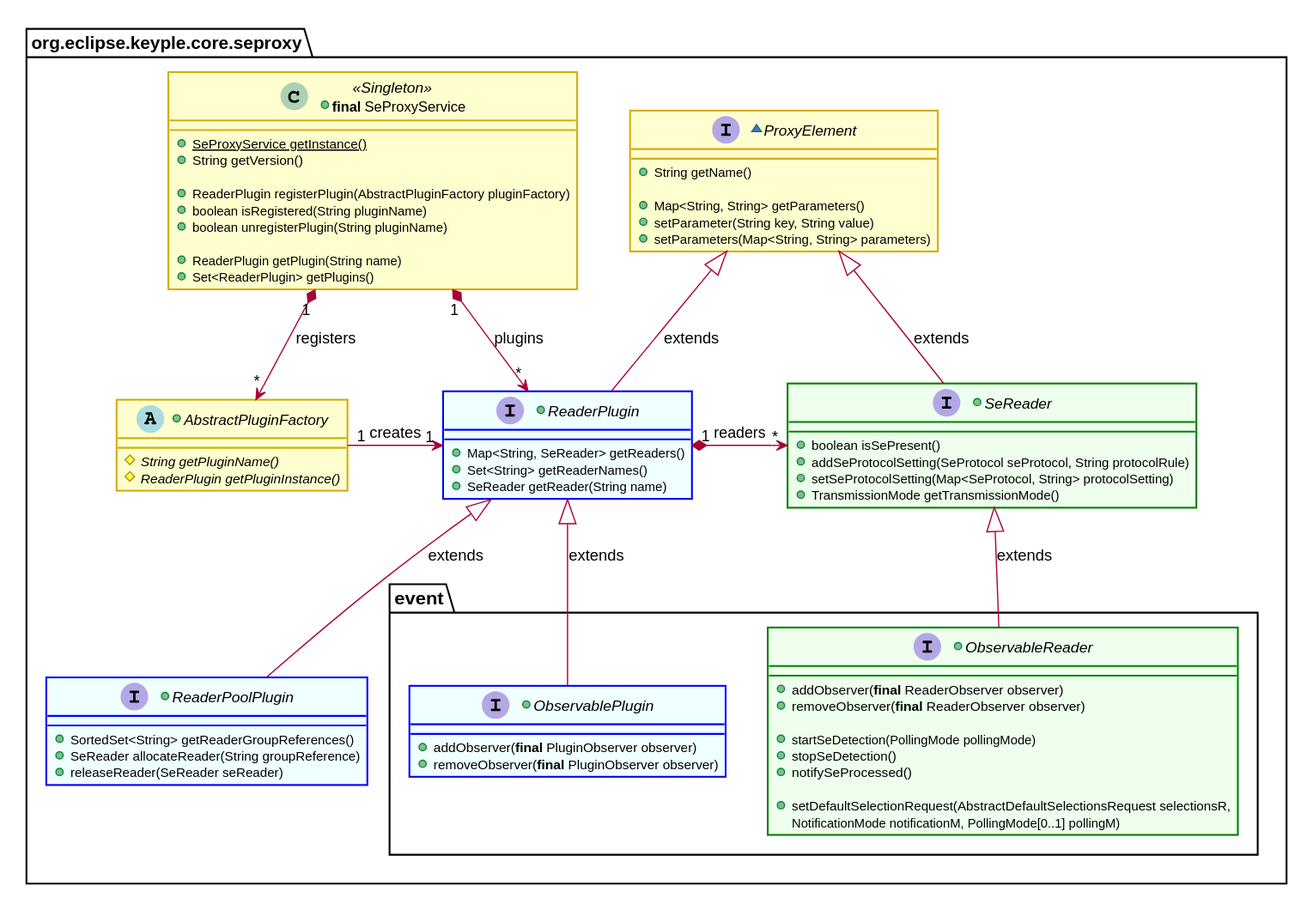
The PlantUML diagram docs/KeypleCoreApi/ApplicationApi/img/KeypleCore_ApplicationApi_ClassDiag_SE_Proxy_PluginSettingAndReaderAccess_0_9_0.svg in calypsonet/keyple, before a commit.
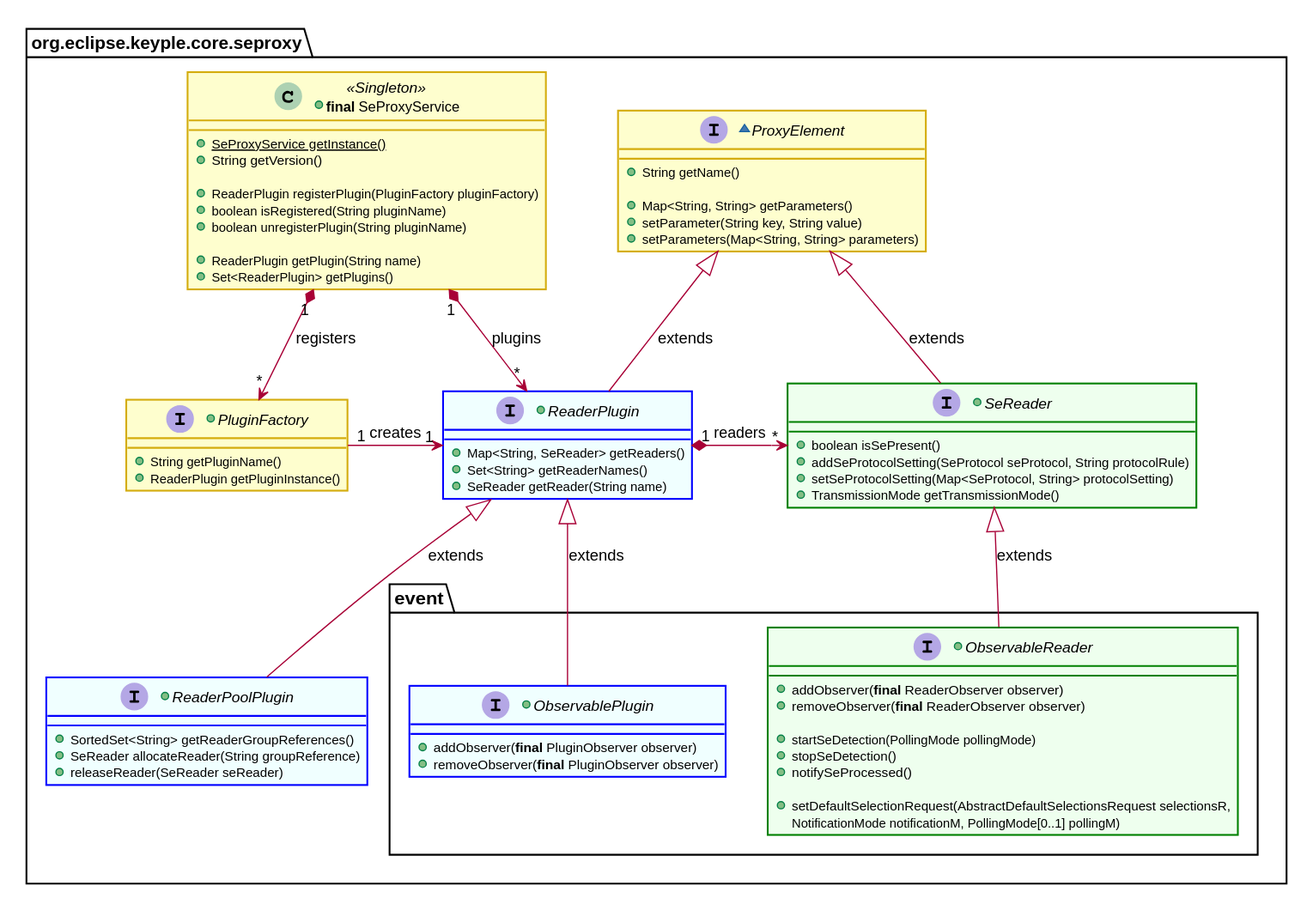
The same diagram one commit later.

Change to the diagram source:
```diff
@@ -7,6 +7,7 @@
 skinparam shadowing false
 
 skinparam StateBorderColor #D4AC0D
+skinparam ActivityBorderColor #D4AC0D
 
 skinparam ClassBackgroundColor<<red>> #FDEDEC
 skinparam ClassBorderColor<<red>> #E74C3C
@@ -29,7 +30,7 @@
   +{static}SeProxyService getInstance()
   +String getVersion()
 
-  +ReaderPlugin registerPlugin(AbstractPluginFactory pluginFactory)
+  +ReaderPlugin registerPlugin(PluginFactory pluginFactory)
   +boolean isRegistered(String pluginName)
   +boolean unregisterPlugin(String pluginName)
 
@@ -44,9 +45,9 @@
   +setParameters(Map<String, String> parameters)
 }
 
-+abstract AbstractPluginFactory {
-  {abstract} #String getPluginName()
-  {abstract} #ReaderPlugin getPluginInstance()
++interface PluginFactory {
+  +String getPluginName()
+  +ReaderPlugin getPluginInstance()
 }
 +interface ReaderPlugin {
   +Map<String, SeReader> getReaders()
@@ -60,9 +61,9 @@
   +TransmissionMode getTransmissionMode()
 }
 
-  SeProxyService "1" *--> "*" AbstractPluginFactory : registers
+  SeProxyService "1" *--> "*" PluginFactory : registers
   SeProxyService "1" *-down-> "*" ReaderPlugin : plugins
-  AbstractPluginFactory "1" -right-> "1" ReaderPlugin : creates
+  PluginFactory "1" -right-> "1" ReaderPlugin : creates
   ReaderPlugin "1" *-right-> "*" SeReader : readers
 
 +interface ReaderPoolPlugin {
```
